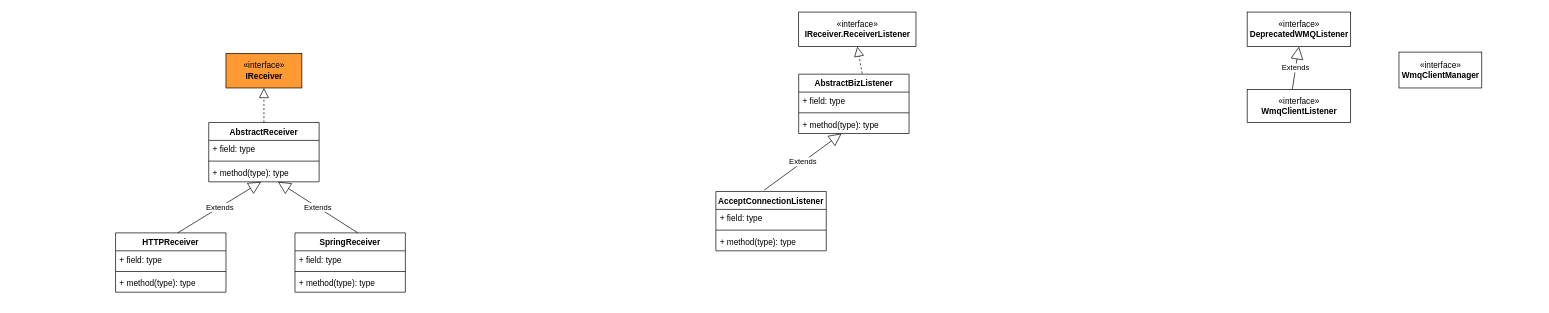
Earlier version of the draw.io diagram page "gateway-client" (1 of 2) of mq/gateway.drawio (tadsimons/draw). Source tidied: cells renumbered, new cells numbered last; positions are measured from the earlier drawing's top-left corner, leaving out a move shared by most shapes. Both pictures are drawn from the tidied source at 69%, with x=0, y=0 at pixel (115, 12).
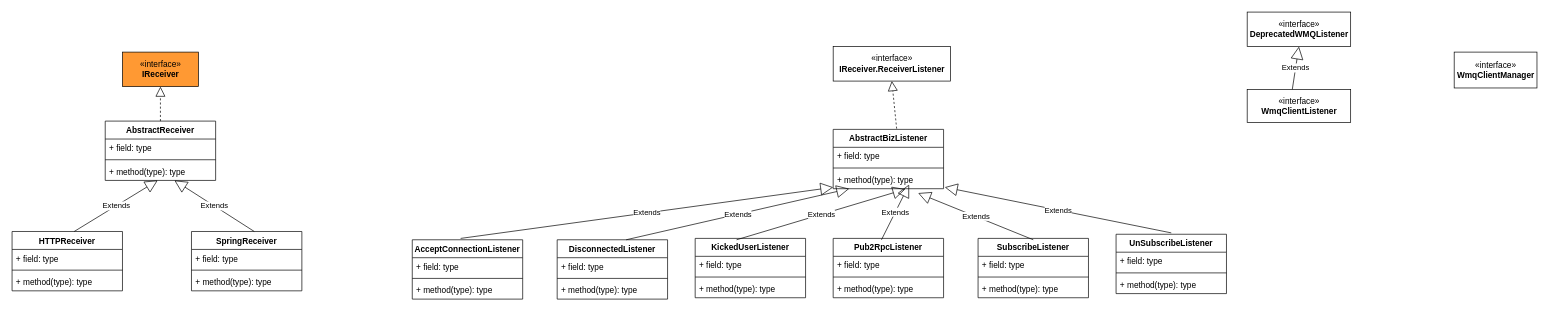
The same diagram, later.

The change refers to these unchanged cells:
```xml
<mxCell id="22" value="+ method(type): type" style="text;strokeColor=none;fillColor=none;align=left;verticalAlign=top;spacingLeft=4;spacingRight=4;overflow=hidden;points=[[0,0.5],[1,0.5]];portConstraint=eastwest;" parent="19" vertex="1">
  <mxGeometry y="60" width="160" height="26" as="geometry" />
</mxCell>
```

What changed in the source:
```diff
@@
     <mxCell id="2" value="«interface»&lt;br&gt;&lt;b&gt;IReceiver&lt;/b&gt;" style="html=1;fillColor=#FF9933;" parent="1" vertex="1">
-      <mxGeometry x="160" y="60" width="110" height="50" as="geometry" />
+      <mxGeometry x="10" y="58" width="110" height="50" as="geometry" />
     </mxCell>
     <mxCell id="3" value="AbstractReceiver" style="swimlane;fontStyle=1;align=center;verticalAlign=top;horizontal=1;startSize=26;" parent="1" vertex="1">
-      <mxGeometry x="135" y="160" width="160" height="86" as="geometry" />
+      <mxGeometry x="-15" y="158" width="160" height="86" as="geometry" />
     </mxCell>
@@
     <mxCell id="8" value="HTTPReceiver" style="swimlane;fontStyle=1;align=center;verticalAlign=top;horizontal=1;startSize=26;" parent="1" vertex="1">
-      <mxGeometry y="320" width="160" height="86" as="geometry" />
+      <mxGeometry x="-150" y="318" width="160" height="86" as="geometry" />
     </mxCell>
@@
     <mxCell id="13" value="SpringReceiver" style="swimlane;fontStyle=1;align=center;verticalAlign=top;horizontal=1;startSize=26;" parent="1" vertex="1">
-      <mxGeometry x="260" y="320" width="160" height="86" as="geometry" />
+      <mxGeometry x="110" y="318" width="160" height="86" as="geometry" />
     </mxCell>
@@
     <mxCell id="18" value="«interface»&lt;br&gt;&lt;b&gt;IReceiver.ReceiverListener&lt;/b&gt;" style="html=1;" parent="1" vertex="1">
-      <mxGeometry x="990" width="170" height="50" as="geometry" />
+      <mxGeometry x="1040" y="50" width="170" height="50" as="geometry" />
     </mxCell>
     <mxCell id="19" value="AbstractBizListener" style="swimlane;fontStyle=1;align=center;verticalAlign=top;horizontal=1;startSize=26;" parent="1" vertex="1">
-      <mxGeometry x="990" y="90" width="160" height="86" as="geometry" />
+      <mxGeometry x="1040" y="170" width="160" height="86" as="geometry" />
     </mxCell>
@@
     <mxCell id="24" value="AcceptConnectionListener" style="swimlane;fontStyle=1;align=center;verticalAlign=top;horizontal=1;startSize=26;" parent="1" vertex="1">
-      <mxGeometry x="870" y="260" width="160" height="86" as="geometry" />
+      <mxGeometry x="430" y="330" width="160" height="86" as="geometry" />
     </mxCell>
@@
     <mxCell id="29" value="«interface»&lt;br&gt;&lt;b&gt;WmqClientManager&lt;/b&gt;" style="html=1;fillColor=#FFFFFF;" parent="1" vertex="1">
-      <mxGeometry x="1860" y="58" width="120" height="52" as="geometry" />
+      <mxGeometry x="1940" y="58" width="120" height="52" as="geometry" />
     </mxCell>
@@
+    <mxCell id="33" value="DisconnectedListener" style="swimlane;fontStyle=1;align=center;verticalAlign=top;horizontal=1;startSize=26;" parent="1" vertex="1">
+      <mxGeometry x="640" y="330" width="160" height="86" as="geometry" />
+    </mxCell>
+    <mxCell id="34" value="Extends" style="endArrow=block;endSize=16;endFill=0;html=1;" parent="33" edge="1" target="22">
+      <mxGeometry relative="1" as="geometry">
+        <mxPoint x="100" as="sourcePoint" />
+      </mxGeometry>
+    </mxCell>
+    <mxCell id="35" value="+ field: type" style="text;strokeColor=none;fillColor=none;align=left;verticalAlign=top;spacingLeft=4;spacingRight=4;overflow=hidden;" parent="33" vertex="1">
+      <mxGeometry y="26" width="160" height="26" as="geometry" />
+    </mxCell>
+    <mxCell id="36" style="line;strokeWidth=1;fillColor=none;align=left;verticalAlign=middle;spacingTop=-1;spacingLeft=3;spacingRight=3;labelPosition=right;" parent="33" vertex="1">
+      <mxGeometry y="52" width="160" height="8" as="geometry" />
+    </mxCell>
+    <mxCell id="37" value="+ method(type): type" style="text;strokeColor=none;fillColor=none;align=left;verticalAlign=top;spacingLeft=4;spacingRight=4;overflow=hidden;" parent="33" vertex="1">
+      <mxGeometry y="60" width="160" height="26" as="geometry" />
+    </mxCell>
+    <mxCell id="38" value="KickedUserListener" style="swimlane;fontStyle=1;align=center;verticalAlign=top;horizontal=1;startSize=26;" parent="1" vertex="1">
+      <mxGeometry x="840" y="328" width="160" height="86" as="geometry" />
+    </mxCell>
+    <mxCell id="39" value="Extends" style="endArrow=block;endSize=16;endFill=0;html=1;entryX=0.654;entryY=1.027;entryDx=0;entryDy=0;entryPerimeter=0;" parent="38" edge="1" target="22">
+      <mxGeometry relative="1" as="geometry">
+        <mxPoint x="60" y="2" as="sourcePoint" />
+      </mxGeometry>
+    </mxCell>
+    <mxCell id="40" value="+ field: type" style="text;strokeColor=none;fillColor=none;align=left;verticalAlign=top;spacingLeft=4;spacingRight=4;overflow=hidden;" parent="38" vertex="1">
+      <mxGeometry y="26" width="160" height="26" as="geometry" />
+    </mxCell>
+    <mxCell id="41" style="line;strokeWidth=1;fillColor=none;align=left;verticalAlign=middle;spacingTop=-1;spacingLeft=3;spacingRight=3;labelPosition=right;" parent="38" vertex="1">
+      <mxGeometry y="52" width="160" height="8" as="geometry" />
+    </mxCell>
+    <mxCell id="42" value="+ method(type): type" style="text;strokeColor=none;fillColor=none;align=left;verticalAlign=top;spacingLeft=4;spacingRight=4;overflow=hidden;" parent="38" vertex="1">
+      <mxGeometry y="60" width="160" height="26" as="geometry" />
+    </mxCell>
+    <mxCell id="43" value="Pub2RpcListener" style="swimlane;fontStyle=1;align=center;verticalAlign=top;horizontal=1;startSize=26;" parent="1" vertex="1">
+      <mxGeometry x="1040" y="328" width="160" height="86" as="geometry" />
+    </mxCell>
+    <mxCell id="44" value="Extends" style="endArrow=block;endSize=16;endFill=0;html=1;" parent="43" edge="1">
+      <mxGeometry relative="1" as="geometry">
+        <mxPoint x="70" y="2" as="sourcePoint" />
+        <mxPoint x="110" y="-78" as="targetPoint" />
+      </mxGeometry>
+    </mxCell>
+    <mxCell id="45" value="+ field: type" style="text;strokeColor=none;fillColor=none;align=left;verticalAlign=top;spacingLeft=4;spacingRight=4;overflow=hidden;" parent="43" vertex="1">
+      <mxGeometry y="26" width="160" height="26" as="geometry" />
+    </mxCell>
+    <mxCell id="46" style="line;strokeWidth=1;fillColor=none;align=left;verticalAlign=middle;spacingTop=-1;spacingLeft=3;spacingRight=3;labelPosition=right;" parent="43" vertex="1">
+      <mxGeometry y="52" width="160" height="8" as="geometry" />
+    </mxCell>
+    <mxCell id="47" value="+ method(type): type" style="text;strokeColor=none;fillColor=none;align=left;verticalAlign=top;spacingLeft=4;spacingRight=4;overflow=hidden;" parent="43" vertex="1">
+      <mxGeometry y="60" width="160" height="26" as="geometry" />
+    </mxCell>
+    <mxCell id="48" value="SubscribeListener" style="swimlane;fontStyle=1;align=center;verticalAlign=top;horizontal=1;startSize=26;" parent="1" vertex="1">
+      <mxGeometry x="1250" y="328" width="160" height="86" as="geometry" />
+    </mxCell>
+    <mxCell id="49" value="Extends" style="endArrow=block;endSize=16;endFill=0;html=1;entryX=0.77;entryY=1.247;entryDx=0;entryDy=0;entryPerimeter=0;" parent="48" edge="1" target="22">
+      <mxGeometry relative="1" as="geometry">
+        <mxPoint x="80" y="2" as="sourcePoint" />
+      </mxGeometry>
+    </mxCell>
+    <mxCell id="50" value="+ field: type" style="text;strokeColor=none;fillColor=none;align=left;verticalAlign=top;spacingLeft=4;spacingRight=4;overflow=hidden;" parent="48" vertex="1">
+      <mxGeometry y="26" width="160" height="26" as="geometry" />
+    </mxCell>
+    <mxCell id="51" style="line;strokeWidth=1;fillColor=none;align=left;verticalAlign=middle;spacingTop=-1;spacingLeft=3;spacingRight=3;labelPosition=right;" parent="48" vertex="1">
+      <mxGeometry y="52" width="160" height="8" as="geometry" />
+    </mxCell>
+    <mxCell id="52" value="+ method(type): type" style="text;strokeColor=none;fillColor=none;align=left;verticalAlign=top;spacingLeft=4;spacingRight=4;overflow=hidden;" parent="48" vertex="1">
+      <mxGeometry y="60" width="160" height="26" as="geometry" />
+    </mxCell>
+    <mxCell id="53" value="UnSubscribeListener" style="swimlane;fontStyle=1;align=center;verticalAlign=top;horizontal=1;startSize=26;" parent="1" vertex="1">
+      <mxGeometry x="1450" y="322" width="160" height="86" as="geometry" />
+    </mxCell>
+    <mxCell id="54" value="+ field: type" style="text;strokeColor=none;fillColor=none;align=left;verticalAlign=top;spacingLeft=4;spacingRight=4;overflow=hidden;" parent="53" vertex="1">
+      <mxGeometry y="26" width="160" height="26" as="geometry" />
+    </mxCell>
+    <mxCell id="55" style="line;strokeWidth=1;fillColor=none;align=left;verticalAlign=middle;spacingTop=-1;spacingLeft=3;spacingRight=3;labelPosition=right;" parent="53" vertex="1">
+      <mxGeometry y="52" width="160" height="8" as="geometry" />
+    </mxCell>
+    <mxCell id="56" value="+ method(type): type" style="text;strokeColor=none;fillColor=none;align=left;verticalAlign=top;spacingLeft=4;spacingRight=4;overflow=hidden;" parent="53" vertex="1">
+      <mxGeometry y="60" width="160" height="26" as="geometry" />
+    </mxCell>
+    <mxCell id="57" value="Extends" style="endArrow=block;endSize=16;endFill=0;html=1;entryX=1.011;entryY=0.918;entryDx=0;entryDy=0;entryPerimeter=0;" parent="53" edge="1" target="22">
+      <mxGeometry relative="1" as="geometry">
+        <mxPoint x="80" y="-2" as="sourcePoint" />
+      </mxGeometry>
+    </mxCell>
```
